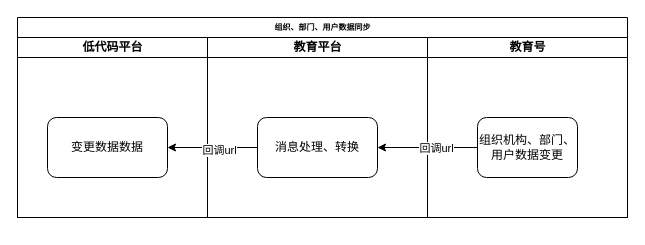
liangdengming/diagrams keeps this draw.io diagram as 组织用户数据同步.drawio. Above is the earlier version. Source tidied: cells renumbered, new cells numbered last; positions are measured from the earlier drawing's top-left corner, leaving out a move shared by most shapes. Both pictures are drawn from the tidied source at 100%, with x=0, y=0 at pixel (17, 17).
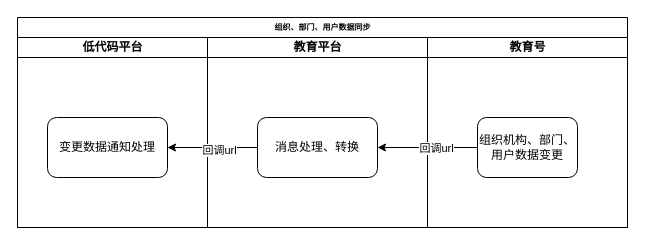
Above is the later version.

Commit message (it also covers changes not shown here):
组织用户数据同步.drawio

Change to the diagram source:
```diff
@@
 <mxGraphModel>
   <root>
     <mxCell id="0" />
     <mxCell id="1" parent="0" />
     <mxCell id="2" value="组织、部门、用户数据同步" style="swimlane;html=1;startSize=20;rounded=0;shadow=0;labelBackgroundColor=none;strokeWidth=1;fontFamily=Verdana;fontSize=8;align=center;" parent="1" vertex="1">
-      <mxGeometry width="610" height="200" as="geometry" />
+      <mxGeometry width="610" height="210" as="geometry" />
     </mxCell>
     <mxCell id="3" value="低代码平台" style="swimlane;html=1;startSize=20;" parent="2" vertex="1">
-      <mxGeometry y="20" width="190" height="180" as="geometry" />
+      <mxGeometry y="20" width="190" height="190" as="geometry" />
     </mxCell>
-    <mxCell id="4" value="变更数据数据" style="rounded=1;whiteSpace=wrap;html=1;" parent="3" vertex="1">
+    <mxCell id="4" value="变更数据通知处理" style="rounded=1;whiteSpace=wrap;html=1;" parent="3" vertex="1">
       <mxGeometry x="30" y="80" width="120" height="60" as="geometry" />
     </mxCell>
     <mxCell id="5" value="教育平台" style="swimlane;html=1;startSize=20;" parent="2" vertex="1">
-      <mxGeometry x="190" y="20" width="220" height="180" as="geometry" />
+      <mxGeometry x="190" y="20" width="220" height="190" as="geometry" />
     </mxCell>
     <mxCell id="6" value="消息处理、转换" style="rounded=1;whiteSpace=wrap;html=1;" parent="5" vertex="1">
       <mxGeometry x="50" y="80" width="120" height="60" as="geometry" />
     </mxCell>
     <mxCell id="7" value="教育号" style="swimlane;html=1;startSize=20;" parent="2" vertex="1">
-      <mxGeometry x="410" y="20" width="200" height="180" as="geometry" />
+      <mxGeometry x="410" y="20" width="200" height="190" as="geometry" />
     </mxCell>
     <mxCell id="8" value="组织机构、部门、用户数据变更" style="rounded=1;whiteSpace=wrap;html=1;" parent="7" vertex="1">
       <mxGeometry x="50" y="80" width="100" height="60" as="geometry" />
     </mxCell>
     <mxCell id="9" style="edgeStyle=orthogonalEdgeStyle;rounded=0;jettySize=auto;html=1;entryX=1;entryY=0.5;entryDx=0;entryDy=0;" parent="2" edge="1" source="8" target="6">
       <mxGeometry relative="1" as="geometry" />
     </mxCell>
     <mxCell id="10" value="回调url" style="edgeLabel;html=1;align=center;verticalAlign=middle;" parent="9" vertex="1">
       <mxGeometry x="-0.16" relative="1" as="geometry" />
     </mxCell>
     <mxCell id="11" style="edgeStyle=orthogonalEdgeStyle;rounded=0;jettySize=auto;html=1;" parent="2" edge="1" source="6" target="4">
       <mxGeometry relative="1" as="geometry" />
     </mxCell>
     <mxCell id="12" value="回调url" style="edgeLabel;html=1;align=center;verticalAlign=middle;" parent="11" vertex="1">
       <mxGeometry x="-0.13" y="2" relative="1" as="geometry" />
     </mxCell>
   </root>
 </mxGraphModel>
```
